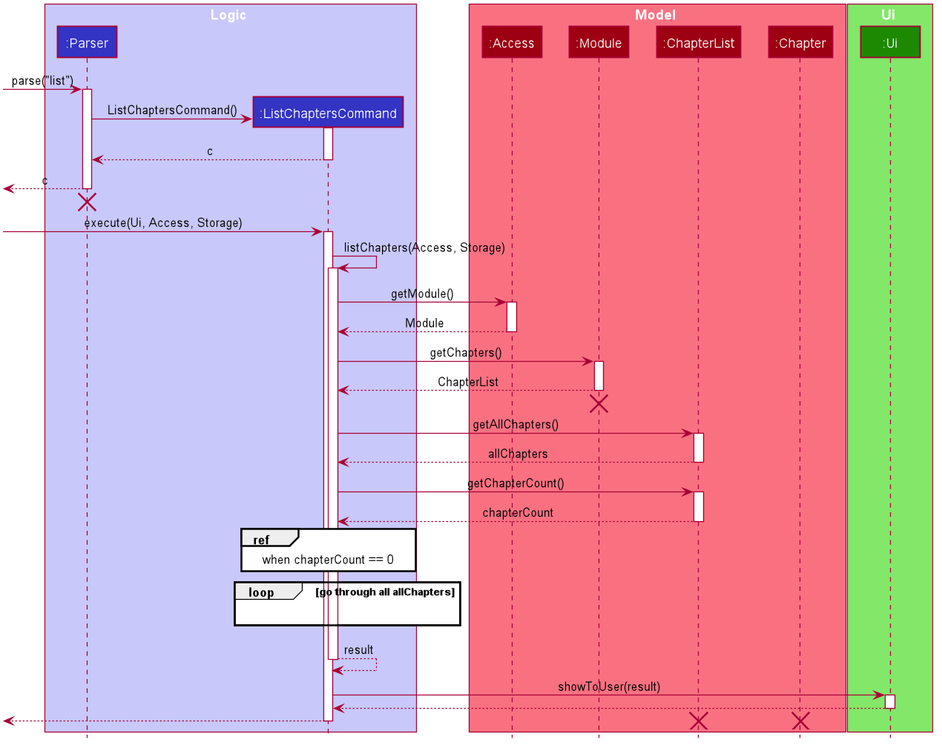
The PlantUML diagram docs/UML/listchap_seq_diagram.png in nus-cs2113-AY2021S1/tp, before a commit.
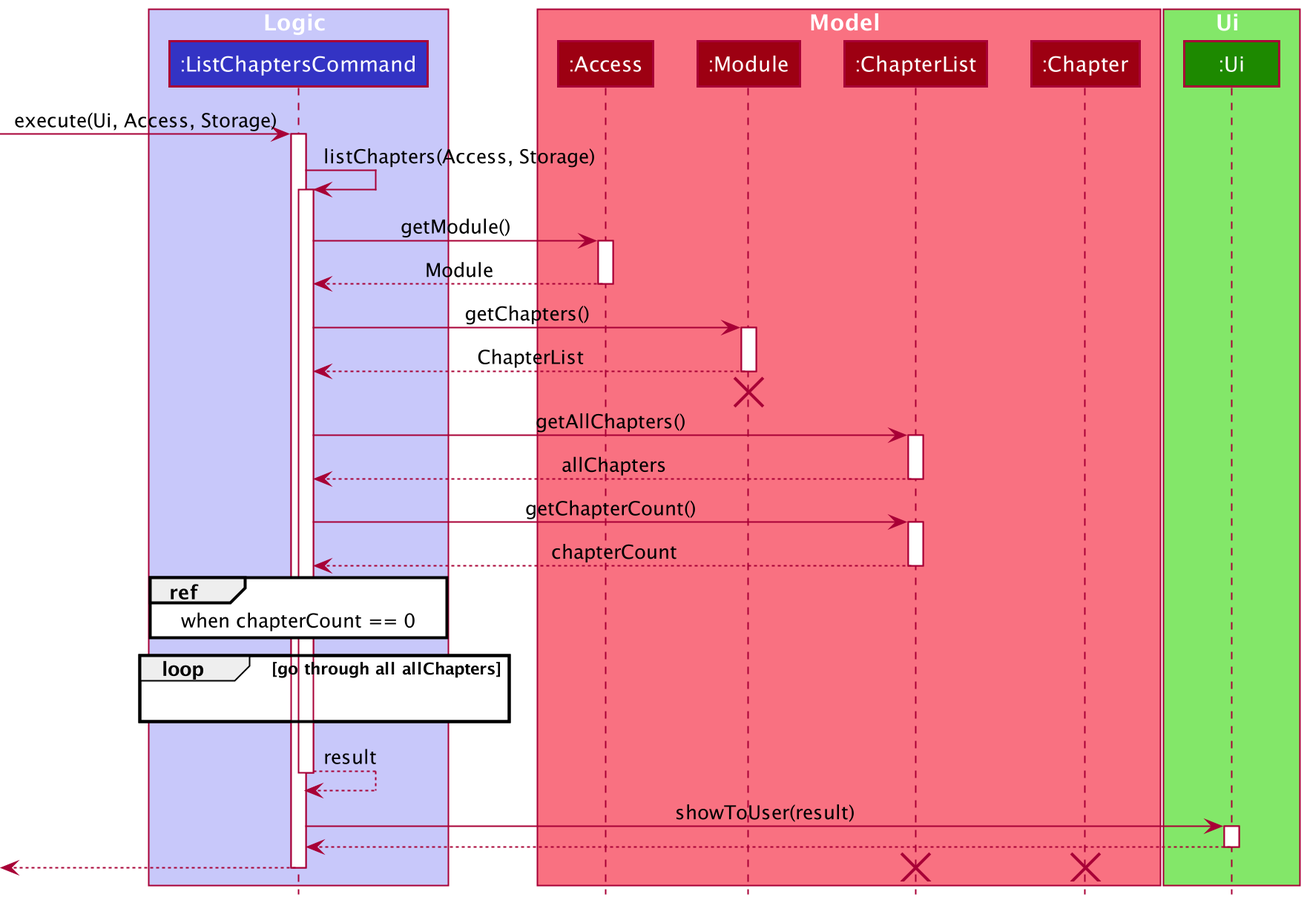
After the change.

Commit message:
updated sequence diagram

What changed in the source:
```diff
@@ -1,85 +1,20 @@
 @startuml
+!include style.puml
 
-
-
-
-
-
-
-
-skinparam BackgroundColor #FFFFFFF
-
-skinparam Shadowing false
-
-skinparam Class {
-    FontColor #FFFFFF
-    BorderThickness 1
-    BorderColor #FFFFFF
-    StereotypeFontColor #FFFFFF
-    FontName Arial
-}
-
-skinparam Actor {
-    BorderColor #000000
-    Color #000000
-    FontName Arial
-}
-
-skinparam Sequence {
-    MessageAlign center
-    BoxFontSize 15
-    BoxPadding 0
-    BoxFontColor #FFFFFF
-    FontName Arial
-}
-
-skinparam Participant {
-    FontColor #FFFFFFF
-    Padding 20
-}
-
-skinparam MinClassWidth 50
-skinparam ParticipantPadding 10
-skinparam Shadowing false
-skinparam DefaultTextAlignment center
-skinparam packageStyle Rectangle
-skinparam classAttributeIconSize 0
-skinparam classAttributeFontColor white
-
-hide footbox
-hide members
-hide circle
-
-box Logic #C8C8FA
-participant ":Parser" as Parser #3333C4
-participant ":ListChaptersCommand" as ListChaptersCommand #3333C4
+box Logic LOGIC_COLOR_T1
+participant ":ListChaptersCommand" as ListChaptersCommand LOGIC_COLOR
 end box
 
-box Model #F97181
-participant ":Access" as Access #9D0012
-participant ":Module" as Module #9D0012
-participant ":ChapterList" as ChapterList #9D0012
-participant ":Chapter" as Chapter #9D0012
+box Model MODEL_COLOR_T1
+participant ":Access" as Access MODEL_COLOR
+participant ":Module" as Module MODEL_COLOR
+participant ":ChapterList" as ChapterList MODEL_COLOR
+participant ":Chapter" as Chapter MODEL_COLOR
 end box
 
-box Ui #83E769
-participant ":Ui" as Ui #1D8900
+box Ui UI_COLOR_T1
+participant ":Ui" as Ui UI_COLOR
 end box
-
-[-> Parser : parse("list")
-activate Parser
-
-create ListChaptersCommand
-Parser -> ListChaptersCommand : ListChaptersCommand()
-activate ListChaptersCommand
-
-ListChaptersCommand --> Parser : c
-deactivate ListChaptersCommand
-
-[<-- Parser : c
-deactivate Parser
-[<-[hidden]- Parser
-destroy Parser
 
 [-> ListChaptersCommand : execute(Ui, Access, Storage)
 activate ListChaptersCommand
```
